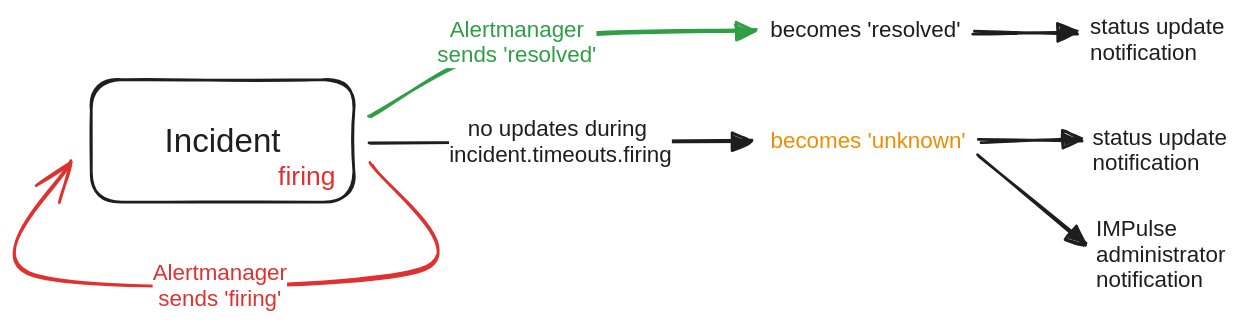
Above: docs/content/media/incident_firing.excalidraw.svg in eslupmi/impulse (Excalidraw), before the change. Source tidied: one line per element, renumbered; positions are measured from the earlier drawing's top-left corner, leaving out a move shared by most shapes.
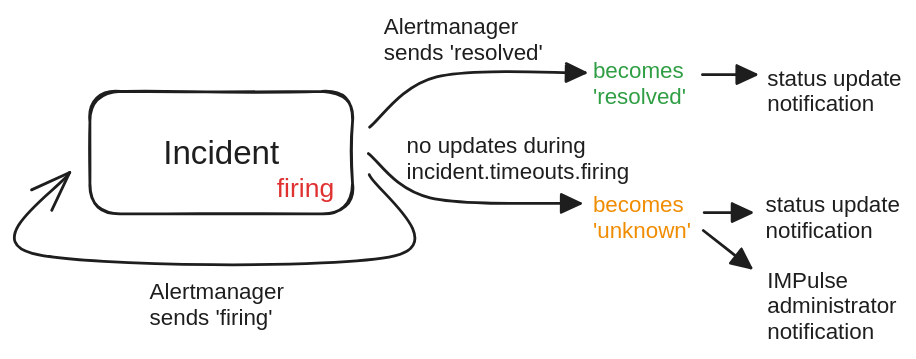
Later version of the same file.

Diff of the diagram source:
```diff
@@ -1,17 +1,17 @@
-{"id": 0, "type": "arrow", "strokeColor": "#1e1e1e", "strokeWidth": 2, "roughness": 1, "endArrowhead": "triangle", "round": true, "from": 2, "to": 7, "x": 240, "y": 91, "width": 272, "height": 0, "points": [[0, 0], [272, 0]]}
+{"id": 0, "type": "arrow", "strokeColor": "#1e1e1e", "strokeWidth": 2, "roughness": 0, "endArrowhead": "triangle", "round": true, "from": 2, "to": 7, "x": 240, "y": 91, "width": 151, "height": 36, "points": [[0, 0], [44, 32], [151, 36]]}
-{"id": 1, "type": "text", "text": "no updates during \nincident.timeouts.firing", "strokeColor": "#1e1e1e", "strokeWidth": 2, "roughness": 1, "fontSize": 16, "fontFamily": 2, "textAlign": "center", "verticalAlign": "middle", "inside": 0, "x": 278, "y": 73, "width": 159, "height": 37}
 {"id": 2, "type": "rectangle", "strokeColor": "#1e1e1e", "strokeWidth": 2, "roughness": 1, "round": true, "x": 41, "y": 47, "width": 188, "height": 88}
 {"id": 3, "type": "text", "text": "Incident", "strokeColor": "#1e1e1e", "strokeWidth": 2, "roughness": 1, "fontSize": 23.67, "fontFamily": 2, "textAlign": "center", "verticalAlign": "middle", "inside": 2, "x": 94, "y": 77, "width": 83, "height": 27}
 {"id": 4, "type": "text", "text": "firing", "strokeColor": "#e03131", "strokeWidth": 2, "roughness": 1, "fontSize": 18.92, "fontFamily": 2, "textAlign": "center", "verticalAlign": "middle", "x": 175, "y": 105, "width": 41, "height": 22}
-{"id": 5, "type": "arrow", "strokeColor": "#e03131", "strokeWidth": 2, "roughness": 1, "endArrowhead": "arrow", "round": true, "from": 2, "to": 2, "x": 241, "y": 107, "width": 276, "height": 82, "points": [[0, 0], [35, 76], [-241, 80], [-214, -2]]}
+{"id": 5, "type": "arrow", "strokeColor": "#1e1e1e", "strokeWidth": 2, "roughness": 0, "endArrowhead": "arrow", "round": true, "from": 2, "to": 2, "x": 241, "y": 106, "width": 259, "height": 60, "points": [[0, 0], [18, 58], [-241, 56], [-214, -2]]}
-{"id": 6, "type": "text", "text": "Alertmanager\nsends 'firing'", "strokeColor": "#e03131", "strokeWidth": 2, "roughness": 1, "fontSize": 16, "fontFamily": 2, "textAlign": "center", "verticalAlign": "middle", "inside": 5, "x": 85, "y": 176, "width": 96, "height": 37}
-{"id": 7, "type": "text", "text": "becomes 'unknown'", "strokeColor": "#f08c00", "strokeWidth": 2, "roughness": 1, "fontSize": 16, "fontFamily": 2, "x": 526, "y": 81, "width": 140, "height": 18}
+{"id": 7, "type": "text", "text": "becomes\n'unknown'", "strokeColor": "#f08c00", "strokeWidth": 2, "roughness": 1, "fontSize": 16, "fontFamily": 2, "x": 401, "y": 119, "width": 70, "height": 37}
-{"id": 8, "type": "arrow", "strokeColor": "#2f9e44", "strokeWidth": 2, "roughness": 1, "endArrowhead": "triangle", "round": true, "from": 2, "to": 10, "x": 241, "y": 72, "width": 275, "height": 61, "points": [[0, 0], [104, -52], [275, -61]]}
+{"id": 8, "type": "arrow", "strokeColor": "#1e1e1e", "strokeWidth": 2, "roughness": 0, "endArrowhead": "triangle", "round": true, "from": 2, "x": 241, "y": 72, "width": 154, "height": 39, "points": [[0, 0], [48, -36], [154, -39]]}
-{"id": 9, "type": "text", "text": "Alertmanager\nsends 'resolved'", "strokeColor": "#2f9e44", "strokeWidth": 2, "roughness": 1, "fontSize": 16, "fontFamily": 2, "textAlign": "center", "verticalAlign": "middle", "inside": 8, "x": 288, "y": 2, "width": 114, "height": 37}
-{"id": 10, "type": "text", "text": "becomes 'resolved'", "strokeColor": "#1e1e1e", "strokeWidth": 2, "roughness": 1, "fontSize": 16, "fontFamily": 2, "x": 526, "y": 2, "width": 136, "height": 18}
+{"id": 10, "type": "text", "text": "becomes \n'resolved'", "strokeColor": "#2f9e44", "strokeWidth": 2, "roughness": 1, "fontSize": 16, "fontFamily": 2, "x": 401, "y": 23, "width": 69, "height": 37}
-{"id": 11, "type": "text", "text": "status update\nnotification", "strokeColor": "#1e1e1e", "strokeWidth": 2, "roughness": 1, "fontSize": 16, "fontFamily": 2, "x": 755, "y": 0, "width": 96, "height": 37}
+{"id": 11, "type": "text", "text": "status update\nnotification", "strokeColor": "#1e1e1e", "strokeWidth": 2, "roughness": 1, "fontSize": 16, "fontFamily": 2, "x": 525, "y": 28, "width": 96, "height": 37}
-{"id": 12, "type": "arrow", "strokeColor": "#1e1e1e", "strokeWidth": 2, "roughness": 1, "endArrowhead": "triangle", "round": true, "from": 10, "to": 11, "x": 672, "y": 13, "width": 74, "height": 0, "points": [[0, 0], [74, 0]]}
+{"id": 12, "type": "arrow", "strokeColor": "#1e1e1e", "strokeWidth": 2, "roughness": 0, "endArrowhead": "triangle", "round": true, "from": 10, "to": 11, "x": 479, "y": 35, "width": 38, "height": 0, "points": [[0, 0], [38, 0]]}
-{"id": 13, "type": "text", "text": "status update\nnotification", "strokeColor": "#1e1e1e", "strokeWidth": 2, "roughness": 1, "fontSize": 16, "fontFamily": 2, "x": 757, "y": 79, "width": 96, "height": 37}
+{"id": 13, "type": "text", "text": "status update\nnotification", "strokeColor": "#1e1e1e", "strokeWidth": 2, "roughness": 1, "fontSize": 16, "fontFamily": 2, "x": 524, "y": 119, "width": 96, "height": 37}
-{"id": 14, "type": "arrow", "strokeColor": "#1e1e1e", "strokeWidth": 2, "roughness": 1, "endArrowhead": "triangle", "round": true, "from": 7, "to": 13, "x": 675, "y": 90, "width": 72, "height": 0, "points": [[0, 0], [72, 0]]}
+{"id": 14, "type": "arrow", "strokeColor": "#1e1e1e", "strokeWidth": 2, "roughness": 0, "endArrowhead": "triangle", "round": true, "from": 7, "to": 13, "x": 480, "y": 133, "width": 34, "height": 0, "points": [[0, 0], [34, 0]]}
-{"id": 15, "type": "arrow", "strokeColor": "#1e1e1e", "strokeWidth": 2, "roughness": 1, "endArrowhead": "triangle", "round": true, "from": 7, "to": 16, "x": 675, "y": 102, "width": 76, "height": 62, "points": [[0, 0], [76, 62]]}
+{"id": 15, "type": "arrow", "strokeColor": "#1e1e1e", "strokeWidth": 2, "roughness": 0, "endArrowhead": "triangle", "round": true, "from": 7, "to": 16, "x": 479, "y": 146, "width": 34, "height": 27, "points": [[0, 0], [34, 27]]}
-{"id": 16, "type": "text", "text": "IMPulse\nadministrator\nnotification", "strokeColor": "#1e1e1e", "strokeWidth": 2, "roughness": 1, "fontSize": 16, "fontFamily": 2, "x": 759, "y": 144, "width": 92, "height": 55}
+{"id": 16, "type": "text", "text": "IMPulse\nadministrator\nnotification", "strokeColor": "#1e1e1e", "strokeWidth": 2, "roughness": 1, "fontSize": 16, "fontFamily": 2, "x": 525, "y": 173, "width": 92, "height": 55}
+{"id": 1, "type": "text", "text": "no updates during \nincident.timeouts.firing", "strokeColor": "#1e1e1e", "strokeWidth": 2, "roughness": 0, "fontSize": 16, "fontFamily": 2, "x": 267, "y": 77, "width": 159, "height": 37}
+{"id": 9, "type": "text", "text": "Alertmanager\nsends 'resolved'", "strokeColor": "#1e1e1e", "strokeWidth": 2, "roughness": 0, "fontSize": 16, "fontFamily": 2, "x": 251, "y": -9, "width": 114, "height": 37}
+{"id": 6, "type": "text", "text": "Alertmanager\nsends 'firing'", "strokeColor": "#1e1e1e", "strokeWidth": 2, "roughness": 0, "fontSize": 16, "fontFamily": 2, "x": 84, "y": 181, "width": 96, "height": 37}
```
